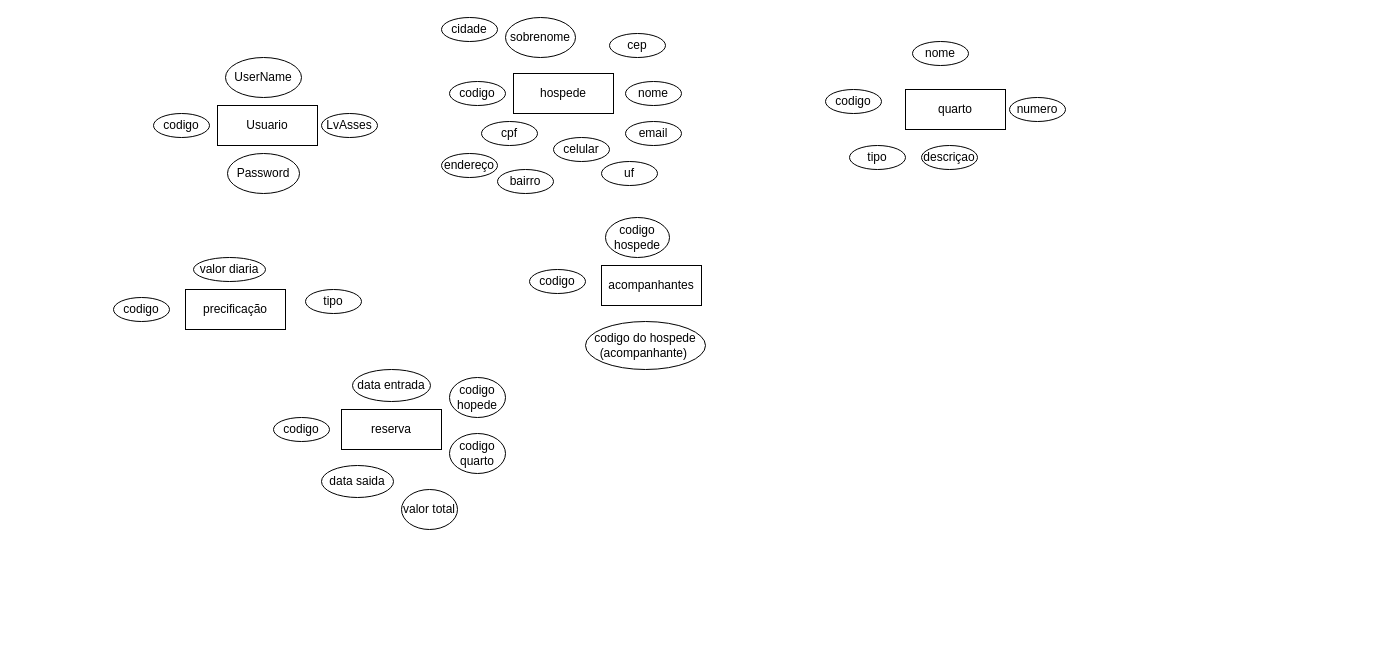
Earlier version of the draw.io diagram Diagrama sem nome.drawio (pedroabcbr/CSharp-Aprendizagem). Source tidied: cells renumbered, new cells numbered last; positions are measured from the earlier drawing's top-left corner, leaving out a move shared by most shapes. Both pictures are drawn from the tidied source at 100%, with x=0, y=0 at pixel (113, 17).
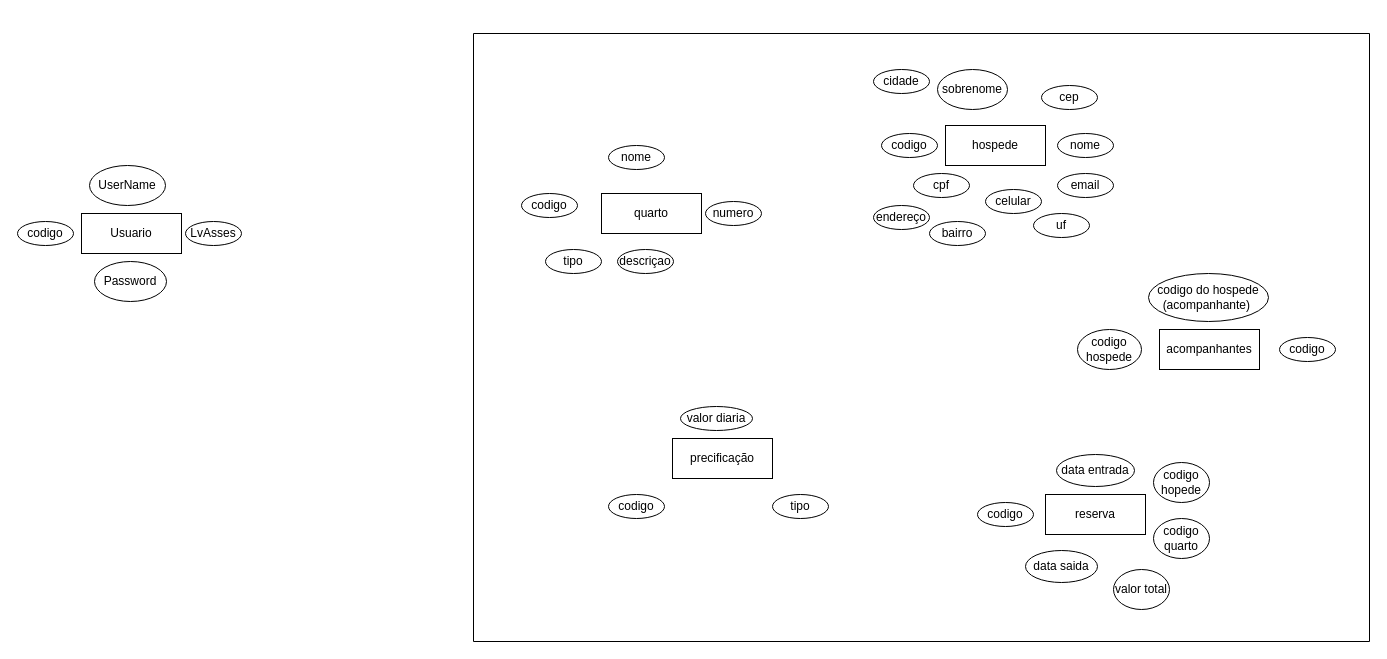
The same page after the edit.

The edit, as a diff of the source:
```diff
@@
+    <mxCell id="41" style="verticalLabelPosition=bottom;verticalAlign=top;html=1;shape=mxgraph.basic.rect;fillColor2=none;strokeWidth=1;size=20;indent=5;" parent="1" vertex="1">
+      <mxGeometry x="360" y="16" width="896" height="608" as="geometry" />
+    </mxCell>
     <mxCell id="2" value="Usuario" style="whiteSpace=wrap;html=1;align=center;" parent="1" vertex="1">
-      <mxGeometry x="104" y="88" width="100" height="40" as="geometry" />
+      <mxGeometry x="-32" y="196" width="100" height="40" as="geometry" />
     </mxCell>
     <mxCell id="3" value="codigo" style="ellipse;whiteSpace=wrap;html=1;align=center;" parent="1" vertex="1">
-      <mxGeometry x="40" y="96" width="56" height="24" as="geometry" />
+      <mxGeometry x="-96" y="204" width="56" height="24" as="geometry" />
     </mxCell>
     <mxCell id="4" value="UserName" style="ellipse;whiteSpace=wrap;html=1;align=center;" parent="1" vertex="1">
-      <mxGeometry x="112" y="40" width="76" height="40" as="geometry" />
+      <mxGeometry x="-24" y="148" width="76" height="40" as="geometry" />
     </mxCell>
     <mxCell id="5" value="Password" style="ellipse;whiteSpace=wrap;html=1;align=center;" parent="1" vertex="1">
-      <mxGeometry x="114" y="136" width="72" height="40" as="geometry" />
+      <mxGeometry x="-19" y="244" width="72" height="40" as="geometry" />
     </mxCell>
     <mxCell id="6" value="LvAsses" style="ellipse;whiteSpace=wrap;html=1;align=center;" parent="1" vertex="1">
-      <mxGeometry x="208" y="96" width="56" height="24" as="geometry" />
+      <mxGeometry x="72" y="204" width="56" height="24" as="geometry" />
     </mxCell>
     <mxCell id="7" value="hospede" style="whiteSpace=wrap;html=1;align=center;" parent="1" vertex="1">
-      <mxGeometry x="400" y="56" width="100" height="40" as="geometry" />
+      <mxGeometry x="832" y="108" width="100" height="40" as="geometry" />
     </mxCell>
     <mxCell id="8" value="codigo" style="ellipse;whiteSpace=wrap;html=1;align=center;" parent="1" vertex="1">
-      <mxGeometry x="336" y="64" width="56" height="24" as="geometry" />
+      <mxGeometry x="768" y="116" width="56" height="24" as="geometry" />
     </mxCell>
     <mxCell id="9" value="sobrenome" style="ellipse;whiteSpace=wrap;html=1;align=center;" parent="1" vertex="1">
-      <mxGeometry x="392" width="70" height="40" as="geometry" />
+      <mxGeometry x="824" y="52" width="70" height="40" as="geometry" />
     </mxCell>
     <mxCell id="10" value="nome" style="ellipse;whiteSpace=wrap;html=1;align=center;" parent="1" vertex="1">
-      <mxGeometry x="512" y="64" width="56" height="24" as="geometry" />
+      <mxGeometry x="944" y="116" width="56" height="24" as="geometry" />
     </mxCell>
     <mxCell id="11" value="cpf" style="ellipse;whiteSpace=wrap;html=1;align=center;" parent="1" vertex="1">
-      <mxGeometry x="368" y="104" width="56" height="24" as="geometry" />
+      <mxGeometry x="800" y="156" width="56" height="24" as="geometry" />
     </mxCell>
     <mxCell id="12" value="celular" style="ellipse;whiteSpace=wrap;html=1;align=center;" parent="1" vertex="1">
-      <mxGeometry x="440" y="120" width="56" height="24" as="geometry" />
+      <mxGeometry x="872" y="172" width="56" height="24" as="geometry" />
     </mxCell>
     <mxCell id="13" value="email" style="ellipse;whiteSpace=wrap;html=1;align=center;" parent="1" vertex="1">
-      <mxGeometry x="512" y="104" width="56" height="24" as="geometry" />
+      <mxGeometry x="944" y="156" width="56" height="24" as="geometry" />
     </mxCell>
     <mxCell id="14" value="endereço" style="ellipse;whiteSpace=wrap;html=1;align=center;" parent="1" vertex="1">
-      <mxGeometry x="328" y="136" width="56" height="24" as="geometry" />
+      <mxGeometry x="760" y="188" width="56" height="24" as="geometry" />
     </mxCell>
     <mxCell id="15" value="cep" style="ellipse;whiteSpace=wrap;html=1;align=center;" parent="1" vertex="1">
-      <mxGeometry x="496" y="16" width="56" height="24" as="geometry" />
+      <mxGeometry x="928" y="68" width="56" height="24" as="geometry" />
     </mxCell>
     <mxCell id="16" value="bairro" style="ellipse;whiteSpace=wrap;html=1;align=center;" parent="1" vertex="1">
-      <mxGeometry x="384" y="152" width="56" height="24" as="geometry" />
+      <mxGeometry x="816" y="204" width="56" height="24" as="geometry" />
     </mxCell>
     <mxCell id="17" value="cidade" style="ellipse;whiteSpace=wrap;html=1;align=center;" parent="1" vertex="1">
-      <mxGeometry x="328" width="56" height="24" as="geometry" />
+      <mxGeometry x="760" y="52" width="56" height="24" as="geometry" />
     </mxCell>
     <mxCell id="18" value="uf" style="ellipse;whiteSpace=wrap;html=1;align=center;" parent="1" vertex="1">
-      <mxGeometry x="488" y="144" width="56" height="24" as="geometry" />
+      <mxGeometry x="920" y="196" width="56" height="24" as="geometry" />
     </mxCell>
     <mxCell id="19" value="quarto" style="whiteSpace=wrap;html=1;align=center;" parent="1" vertex="1">
-      <mxGeometry x="792" y="72" width="100" height="40" as="geometry" />
+      <mxGeometry x="488" y="176" width="100" height="40" as="geometry" />
     </mxCell>
     <mxCell id="20" value="descriçao" style="ellipse;whiteSpace=wrap;html=1;align=center;" parent="1" vertex="1">
-      <mxGeometry x="808" y="128" width="56" height="24" as="geometry" />
+      <mxGeometry x="504" y="232" width="56" height="24" as="geometry" />
     </mxCell>
     <mxCell id="21" value="tipo" style="ellipse;whiteSpace=wrap;html=1;align=center;" parent="1" vertex="1">
-      <mxGeometry x="736" y="128" width="56" height="24" as="geometry" />
+      <mxGeometry x="432" y="232" width="56" height="24" as="geometry" />
     </mxCell>
     <mxCell id="22" value="nome" style="ellipse;whiteSpace=wrap;html=1;align=center;" parent="1" vertex="1">
-      <mxGeometry x="799" y="24" width="56" height="24" as="geometry" />
+      <mxGeometry x="495" y="128" width="56" height="24" as="geometry" />
     </mxCell>
     <mxCell id="23" value="codigo" style="ellipse;whiteSpace=wrap;html=1;align=center;" parent="1" vertex="1">
-      <mxGeometry x="712" y="72" width="56" height="24" as="geometry" />
+      <mxGeometry x="408" y="176" width="56" height="24" as="geometry" />
     </mxCell>
     <mxCell id="24" value="numero" style="ellipse;whiteSpace=wrap;html=1;align=center;" parent="1" vertex="1">
-      <mxGeometry x="896" y="80" width="56" height="24" as="geometry" />
+      <mxGeometry x="592" y="184" width="56" height="24" as="geometry" />
     </mxCell>
@@
     <mxCell id="26" value="precificação" style="whiteSpace=wrap;html=1;align=center;" parent="1" vertex="1">
-      <mxGeometry x="72" y="272" width="100" height="40" as="geometry" />
+      <mxGeometry x="559" y="421" width="100" height="40" as="geometry" />
     </mxCell>
     <mxCell id="27" value="codigo" style="ellipse;whiteSpace=wrap;html=1;align=center;" parent="1" vertex="1">
-      <mxGeometry y="280" width="56" height="24" as="geometry" />
+      <mxGeometry x="495" y="477" width="56" height="24" as="geometry" />
     </mxCell>
     <mxCell id="28" value="valor diaria" style="ellipse;whiteSpace=wrap;html=1;align=center;" parent="1" vertex="1">
-      <mxGeometry x="80" y="240" width="72" height="24" as="geometry" />
+      <mxGeometry x="567" y="389" width="72" height="24" as="geometry" />
     </mxCell>
     <mxCell id="29" value="codigo" style="ellipse;whiteSpace=wrap;html=1;align=center;" parent="1" vertex="1">
-      <mxGeometry x="160" y="400" width="56" height="24" as="geometry" />
+      <mxGeometry x="864" y="485" width="56" height="24" as="geometry" />
     </mxCell>
     <mxCell id="30" value="reserva" style="whiteSpace=wrap;html=1;align=center;" parent="1" vertex="1">
-      <mxGeometry x="228" y="392" width="100" height="40" as="geometry" />
+      <mxGeometry x="932" y="477" width="100" height="40" as="geometry" />
     </mxCell>
     <mxCell id="31" value="tipo" style="ellipse;whiteSpace=wrap;html=1;align=center;" parent="1" vertex="1">
-      <mxGeometry x="192" y="272" width="56" height="24" as="geometry" />
+      <mxGeometry x="659" y="477" width="56" height="24" as="geometry" />
     </mxCell>
     <mxCell id="32" value="data entrada" style="ellipse;whiteSpace=wrap;html=1;align=center;" parent="1" vertex="1">
-      <mxGeometry x="239" y="352" width="78" height="32" as="geometry" />
+      <mxGeometry x="943" y="437" width="78" height="32" as="geometry" />
     </mxCell>
     <mxCell id="33" value="data saida" style="ellipse;whiteSpace=wrap;html=1;align=center;" parent="1" vertex="1">
-      <mxGeometry x="208" y="448" width="72" height="32" as="geometry" />
+      <mxGeometry x="912" y="533" width="72" height="32" as="geometry" />
     </mxCell>
     <mxCell id="34" value="codigo quarto" style="ellipse;whiteSpace=wrap;html=1;align=center;" parent="1" vertex="1">
-      <mxGeometry x="336" y="416" width="56" height="40" as="geometry" />
+      <mxGeometry x="1040" y="501" width="56" height="40" as="geometry" />
     </mxCell>
     <mxCell id="35" value="codigo hopede" style="ellipse;whiteSpace=wrap;html=1;align=center;" parent="1" vertex="1">
-      <mxGeometry x="336" y="360" width="56" height="40" as="geometry" />
+      <mxGeometry x="1040" y="445" width="56" height="40" as="geometry" />
     </mxCell>
     <mxCell id="36" value="acompanhantes" style="whiteSpace=wrap;html=1;align=center;" parent="1" vertex="1">
-      <mxGeometry x="488" y="248" width="100" height="40" as="geometry" />
+      <mxGeometry x="1046" y="312" width="100" height="40" as="geometry" />
     </mxCell>
     <mxCell id="37" value="codigo" style="ellipse;whiteSpace=wrap;html=1;align=center;" parent="1" vertex="1">
-      <mxGeometry x="416" y="252" width="56" height="24" as="geometry" />
+      <mxGeometry x="1166" y="320" width="56" height="24" as="geometry" />
     </mxCell>
     <mxCell id="38" value="codigo hospede" style="ellipse;whiteSpace=wrap;html=1;align=center;" parent="1" vertex="1">
-      <mxGeometry x="492" y="200" width="64" height="40" as="geometry" />
+      <mxGeometry x="964" y="312" width="64" height="40" as="geometry" />
     </mxCell>
     <mxCell id="39" value="codigo do hospede&lt;div&gt;(acompanhante)&amp;nbsp;&lt;/div&gt;" style="ellipse;whiteSpace=wrap;html=1;align=center;" parent="1" vertex="1">
-      <mxGeometry x="472" y="304" width="120" height="48" as="geometry" />
+      <mxGeometry x="1035" y="256" width="120" height="48" as="geometry" />
     </mxCell>
     <mxCell id="40" value="valor total" style="ellipse;whiteSpace=wrap;html=1;align=center;" parent="1" vertex="1">
-      <mxGeometry x="288" y="472" width="56" height="40" as="geometry" />
+      <mxGeometry x="1000" y="552" width="56" height="40" as="geometry" />
     </mxCell>
```
